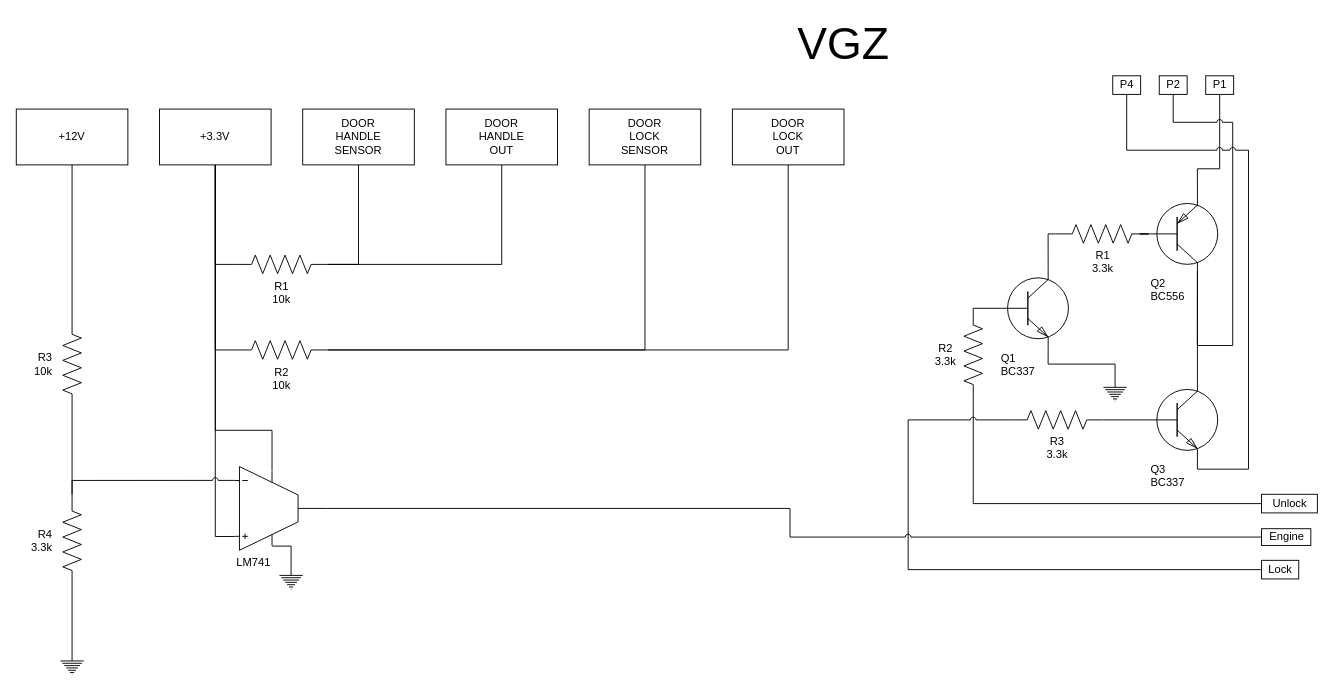
Earlier version of the draw.io diagram page "VGZ" (1 of 2) of golf/VGZ.drawio (manix/draw.io). Source tidied: cells renumbered, new cells numbered last; positions are measured from the earlier drawing's top-left corner, leaving out a move shared by most shapes. Both pictures are drawn from the tidied source at 93%, with x=0, y=0 at pixel (16, 29).
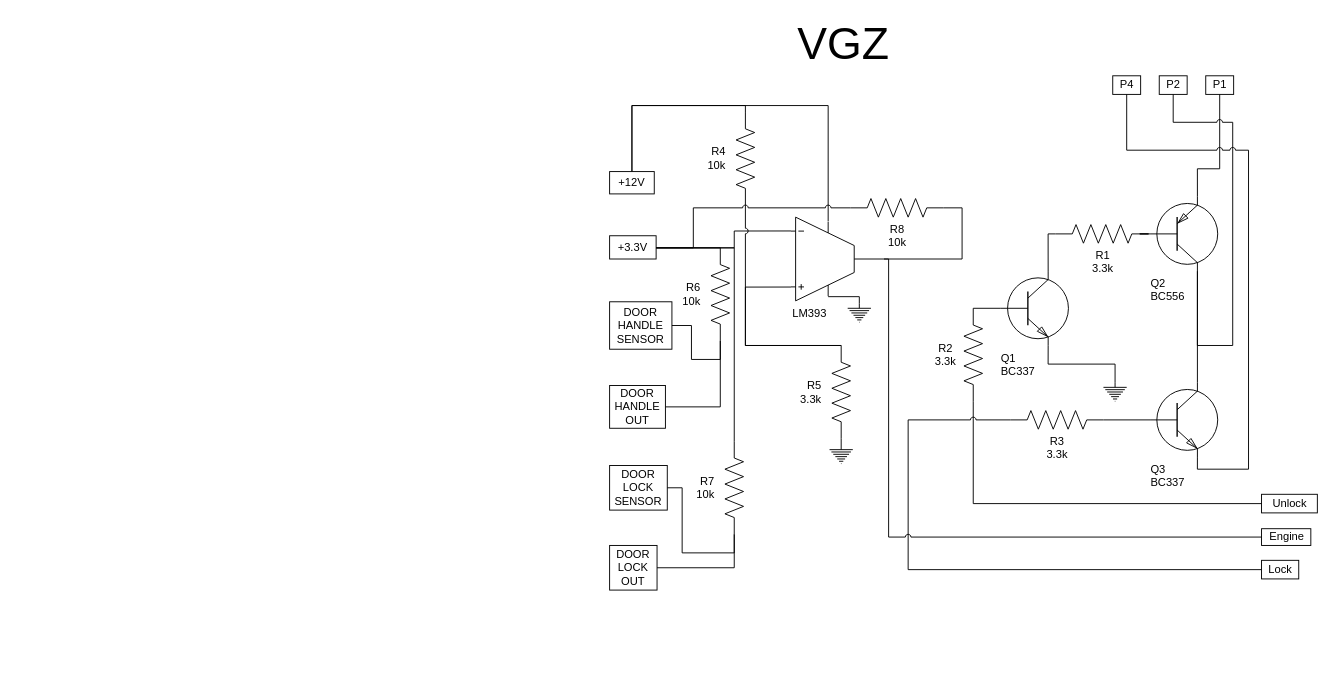
After the change.

Unchanged cells that the change refers to:
```xml
<mxCell id="53" value="Engine" style="text;html=1;align=center;verticalAlign=middle;points=[];strokeColor=#000000;fontColor=#000000;labelBackgroundColor=none;" parent="1" vertex="1">
  <mxGeometry x="1339" y="537" width="53" height="18" as="geometry" />
</mxCell>
```

Change to the diagram source:
```diff
@@
     <mxCell id="26" value="+3.3V" style="rounded=0;whiteSpace=wrap;html=1;strokeColor=#000000;fontColor=#000000;align=center;" parent="1" vertex="1">
-      <mxGeometry x="154" y="85.8" width="120" height="60" as="geometry" />
+      <mxGeometry x="638" y="222" width="50" height="25" as="geometry" />
     </mxCell>
     <mxCell id="27" value="&lt;div&gt;DOOR&lt;/div&gt;&lt;div&gt;HANDLE&lt;/div&gt;&lt;div&gt;SENSOR&lt;br&gt;&lt;/div&gt;" style="rounded=0;whiteSpace=wrap;html=1;strokeColor=#000000;fontColor=#000000;align=center;" parent="1" vertex="1">
-      <mxGeometry x="308" y="85.8" width="120" height="60" as="geometry" />
+      <mxGeometry x="638" y="293" width="67" height="51" as="geometry" />
     </mxCell>
-    <mxCell id="28" style="edgeStyle=orthogonalEdgeStyle;rounded=0;jumpStyle=arc;jettySize=auto;html=1;exitX=0;exitY=0.5;exitDx=0;exitDy=0;exitPerimeter=0;endArrow=none;endFill=0;strokeColor=#000000;fontColor=#000000;" parent="1" edge="1" source="30" target="26">
-      <mxGeometry relative="1" as="geometry" />
-    </mxCell>
-    <mxCell id="29" style="edgeStyle=orthogonalEdgeStyle;rounded=0;jumpStyle=arc;jettySize=auto;html=1;exitX=1;exitY=0.5;exitDx=0;exitDy=0;exitPerimeter=0;endArrow=none;endFill=0;strokeColor=#000000;fontColor=#000000;" parent="1" edge="1" source="30" target="27">
-      <mxGeometry relative="1" as="geometry" />
-    </mxCell>
-    <mxCell id="30" value="&lt;div&gt;R1&lt;/div&gt;&lt;div&gt;10k&lt;br&gt;&lt;/div&gt;" style="verticalLabelPosition=bottom;shadow=0;dashed=0;align=center;html=1;verticalAlign=top;shape=mxgraph.electrical.resistors.resistor_2;strokeColor=#000000;fontColor=#000000;" parent="1" vertex="1">
-      <mxGeometry x="235" y="242.8" width="100" height="20" as="geometry" />
-    </mxCell>
-    <mxCell id="31" style="edgeStyle=orthogonalEdgeStyle;rounded=0;jumpStyle=arc;jettySize=auto;html=1;exitX=0.5;exitY=1;exitDx=0;exitDy=0;entryX=1;entryY=0.5;entryDx=0;entryDy=0;entryPerimeter=0;endArrow=none;endFill=0;strokeColor=#000000;fontColor=#000000;" parent="1" edge="1" source="32" target="30">
-      <mxGeometry relative="1" as="geometry" />
-    </mxCell>
     <mxCell id="32" value="&lt;div&gt;DOOR&lt;/div&gt;&lt;div&gt;HANDLE&lt;/div&gt;&lt;div&gt;OUT&lt;br&gt;&lt;/div&gt;" style="rounded=0;whiteSpace=wrap;html=1;strokeColor=#000000;fontColor=#000000;align=center;" parent="1" vertex="1">
-      <mxGeometry x="462" y="85.8" width="120" height="60" as="geometry" />
+      <mxGeometry x="638" y="383" width="60" height="46" as="geometry" />
     </mxCell>
-    <mxCell id="33" style="edgeStyle=orthogonalEdgeStyle;rounded=0;jumpStyle=arc;jettySize=auto;html=1;exitX=0;exitY=0.5;exitDx=0;exitDy=0;exitPerimeter=0;endArrow=none;endFill=0;strokeColor=#000000;fontColor=#000000;" parent="1" edge="1" source="36" target="26">
-      <mxGeometry relative="1" as="geometry" />
-    </mxCell>
-    <mxCell id="34" style="edgeStyle=orthogonalEdgeStyle;rounded=0;jumpStyle=arc;jettySize=auto;html=1;exitX=1;exitY=0.5;exitDx=0;exitDy=0;exitPerimeter=0;endArrow=none;endFill=0;strokeColor=#000000;fontColor=#000000;" parent="1" edge="1" source="36" target="37">
-      <mxGeometry relative="1" as="geometry" />
-    </mxCell>
-    <mxCell id="35" style="edgeStyle=orthogonalEdgeStyle;rounded=0;jumpStyle=arc;jettySize=auto;html=1;exitX=1;exitY=0.5;exitDx=0;exitDy=0;exitPerimeter=0;endArrow=none;endFill=0;strokeColor=#000000;fontColor=#000000;" parent="1" edge="1" source="36" target="38">
-      <mxGeometry relative="1" as="geometry" />
-    </mxCell>
-    <mxCell id="36" value="&lt;div&gt;R2&lt;/div&gt;&lt;div&gt;10k&lt;br&gt;&lt;/div&gt;" style="verticalLabelPosition=bottom;shadow=0;dashed=0;align=center;html=1;verticalAlign=top;shape=mxgraph.electrical.resistors.resistor_2;strokeColor=#000000;fontColor=#000000;" parent="1" vertex="1">
-      <mxGeometry x="235" y="334.8" width="100" height="20" as="geometry" />
-    </mxCell>
     <mxCell id="37" value="&lt;div&gt;DOOR&lt;/div&gt;&lt;div&gt;LOCK&lt;/div&gt;&lt;div&gt;SENSOR&lt;br&gt;&lt;/div&gt;" style="rounded=0;whiteSpace=wrap;html=1;strokeColor=#000000;fontColor=#000000;align=center;" parent="1" vertex="1">
-      <mxGeometry x="616" y="85.8" width="120" height="60" as="geometry" />
+      <mxGeometry x="638" y="469" width="62" height="48" as="geometry" />
     </mxCell>
     <mxCell id="38" value="&lt;div&gt;DOOR&lt;/div&gt;&lt;div&gt;LOCK&lt;/div&gt;&lt;div&gt;OUT&lt;br&gt;&lt;/div&gt;" style="rounded=0;whiteSpace=wrap;html=1;strokeColor=#000000;fontColor=#000000;align=center;" parent="1" vertex="1">
-      <mxGeometry x="770" y="85.8" width="120" height="60" as="geometry" />
+      <mxGeometry x="638" y="555" width="51" height="48" as="geometry" />
     </mxCell>
-    <mxCell id="39" style="edgeStyle=orthogonalEdgeStyle;rounded=0;jumpStyle=arc;jettySize=auto;html=1;exitX=0.4;exitY=0.05;exitDx=0;exitDy=0;exitPerimeter=0;endArrow=none;endFill=0;strokeColor=#000000;fontColor=#000000;" parent="1" edge="1" source="44" target="26">
+    <mxCell id="39" style="edgeStyle=orthogonalEdgeStyle;rounded=0;jumpStyle=arc;jettySize=auto;html=1;exitX=0.4;exitY=0.05;exitDx=0;exitDy=0;exitPerimeter=0;endArrow=none;endFill=0;strokeColor=#000000;fontColor=#000000;" parent="1" edge="1" source="44" target="45">
       <mxGeometry relative="1" as="geometry">
         <Array as="points">
-          <mxPoint x="275" y="431.2" />
-          <mxPoint x="214" y="431.2" />
+          <mxPoint x="873" y="82" />
+          <mxPoint x="662" y="82" />
         </Array>
       </mxGeometry>
     </mxCell>
-    <mxCell id="40" style="edgeStyle=orthogonalEdgeStyle;rounded=0;jumpStyle=arc;jettySize=auto;html=1;endArrow=none;endFill=0;strokeColor=#000000;fontColor=#000000;exitX=0;exitY=0.835;exitDx=0;exitDy=0;exitPerimeter=0;" parent="1" edge="1" source="44" target="26">
-      <mxGeometry relative="1" as="geometry" />
+    <mxCell id="40" style="edgeStyle=orthogonalEdgeStyle;rounded=0;jumpStyle=arc;jettySize=auto;html=1;endArrow=none;endFill=0;strokeColor=#000000;fontColor=#000000;exitX=0;exitY=0.165;exitDx=0;exitDy=0;exitPerimeter=0;" parent="1" edge="1" source="44" target="26">
+      <mxGeometry relative="1" as="geometry">
+        <Array as="points">
+          <mxPoint x="772" y="217" />
+          <mxPoint x="772" y="235" />
+        </Array>
+      </mxGeometry>
     </mxCell>
-    <mxCell id="41" style="edgeStyle=orthogonalEdgeStyle;rounded=0;jumpStyle=arc;jettySize=auto;html=1;exitX=0;exitY=0.165;exitDx=0;exitDy=0;exitPerimeter=0;entryX=0;entryY=0.5;entryDx=0;entryDy=0;entryPerimeter=0;endArrow=none;endFill=0;strokeColor=#000000;fontColor=#000000;" parent="1" edge="1" source="44" target="50">
+    <mxCell id="41" style="edgeStyle=orthogonalEdgeStyle;rounded=0;jumpStyle=arc;jettySize=auto;html=1;exitX=0;exitY=0.835;exitDx=0;exitDy=0;exitPerimeter=0;entryX=0;entryY=0.5;entryDx=0;entryDy=0;entryPerimeter=0;endArrow=none;endFill=0;strokeColor=#000000;fontColor=#000000;" parent="1" edge="1" source="44" target="50">
       <mxGeometry relative="1" as="geometry">
         <Array as="points">
-          <mxPoint x="60" y="485" />
+          <mxPoint x="784" y="277" />
+          <mxPoint x="784" y="340" />
         </Array>
       </mxGeometry>
     </mxCell>
@@
-    <mxCell id="43" style="edgeStyle=orthogonalEdgeStyle;rounded=0;jumpStyle=arc;jettySize=auto;html=1;exitX=1;exitY=0.5;exitDx=0;exitDy=0;exitPerimeter=0;endArrow=none;endFill=0;strokeColor=#000000;fontColor=#000000;" parent="1" edge="1" source="44" target="53">
+    <mxCell id="43" style="edgeStyle=orthogonalEdgeStyle;rounded=0;jumpStyle=arc;jettySize=auto;html=1;exitX=1;exitY=0.5;exitDx=0;exitDy=0;exitPerimeter=0;endArrow=none;endFill=0;" parent="1" edge="1" source="44" target="53">
       <mxGeometry relative="1" as="geometry">
         <Array as="points">
-          <mxPoint x="832" y="515" />
-          <mxPoint x="832" y="546" />
+          <mxPoint x="938" y="247" />
+          <mxPoint x="938" y="546" />
         </Array>
       </mxGeometry>
     </mxCell>
-    <mxCell id="44" value="&lt;div align=&quot;left&quot;&gt;LM741&lt;/div&gt;" style="verticalLabelPosition=bottom;shadow=0;dashed=0;align=left;html=1;verticalAlign=top;shape=mxgraph.electrical.abstract.ota_1;strokeColor=#000000;fontColor=#000000;" parent="1" vertex="1">
-      <mxGeometry x="235" y="470.2" width="100" height="90" as="geometry" />
+    <mxCell id="44" value="&lt;div&gt;LM393&lt;/div&gt;" style="verticalLabelPosition=bottom;shadow=0;dashed=0;align=left;html=1;verticalAlign=top;shape=mxgraph.electrical.abstract.ota_1;strokeColor=#000000;fontColor=#000000;" parent="1" vertex="1">
+      <mxGeometry x="833" y="202" width="100" height="90" as="geometry" />
     </mxCell>
     <mxCell id="45" value="+12V" style="rounded=0;whiteSpace=wrap;html=1;strokeColor=#000000;fontColor=#000000;align=center;" parent="1" vertex="1">
-      <mxGeometry y="85.8" width="120" height="60" as="geometry" />
+      <mxGeometry x="638" y="153" width="48" height="24" as="geometry" />
     </mxCell>
     <mxCell id="46" style="edgeStyle=orthogonalEdgeStyle;rounded=0;jumpStyle=arc;jettySize=auto;html=1;exitX=0;exitY=0.5;exitDx=0;exitDy=0;exitPerimeter=0;endArrow=none;endFill=0;strokeColor=#000000;fontColor=#000000;" parent="1" edge="1" source="47" target="45">
-      <mxGeometry relative="1" as="geometry" />
+      <mxGeometry relative="1" as="geometry">
+        <Array as="points">
+          <mxPoint x="784" y="82" />
+        </Array>
+      </mxGeometry>
     </mxCell>
-    <mxCell id="47" value="&lt;div&gt;R3&lt;/div&gt;&lt;div&gt;10k&lt;br&gt;&lt;/div&gt;" style="verticalLabelPosition=middle;shadow=0;dashed=0;align=right;html=1;verticalAlign=middle;shape=mxgraph.electrical.resistors.resistor_2;strokeColor=#000000;fontColor=#000000;direction=south;labelPosition=left;spacingRight=10;" parent="1" vertex="1">
-      <mxGeometry x="50" y="310" width="20" height="100" as="geometry" />
+    <mxCell id="47" value="&lt;div&gt;R4&lt;/div&gt;&lt;div&gt;10k&lt;br&gt;&lt;/div&gt;" style="verticalLabelPosition=middle;shadow=0;dashed=0;align=right;html=1;verticalAlign=middle;shape=mxgraph.electrical.resistors.resistor_2;strokeColor=#000000;fontColor=#000000;direction=south;labelPosition=left;spacingRight=10;" parent="1" vertex="1">
+      <mxGeometry x="774" y="89" width="20" height="100" as="geometry" />
     </mxCell>
     <mxCell id="48" style="edgeStyle=orthogonalEdgeStyle;rounded=0;jumpStyle=arc;jettySize=auto;html=1;exitX=0;exitY=0.5;exitDx=0;exitDy=0;exitPerimeter=0;entryX=1;entryY=0.5;entryDx=0;entryDy=0;entryPerimeter=0;endArrow=none;endFill=0;strokeColor=#000000;fontColor=#000000;" parent="1" edge="1" source="50" target="47">
-      <mxGeometry relative="1" as="geometry" />
+      <mxGeometry relative="1" as="geometry">
+        <Array as="points">
+          <mxPoint x="784" y="340" />
+        </Array>
+      </mxGeometry>
     </mxCell>
@@
-    <mxCell id="50" value="&lt;div&gt;R4&lt;/div&gt;&lt;div&gt;3.3k&lt;br&gt;&lt;/div&gt;" style="verticalLabelPosition=middle;shadow=0;dashed=0;align=right;html=1;verticalAlign=middle;shape=mxgraph.electrical.resistors.resistor_2;strokeColor=#000000;fontColor=#000000;direction=south;labelPosition=left;spacingRight=10;" parent="1" vertex="1">
-      <mxGeometry x="50" y="500" width="20" height="100" as="geometry" />
+    <mxCell id="50" value="&lt;div&gt;R5&lt;/div&gt;&lt;div&gt;3.3k&lt;br&gt;&lt;/div&gt;" style="verticalLabelPosition=middle;shadow=0;dashed=0;align=right;html=1;verticalAlign=middle;shape=mxgraph.electrical.resistors.resistor_2;strokeColor=#000000;fontColor=#000000;direction=south;labelPosition=left;spacingRight=10;" parent="1" vertex="1">
+      <mxGeometry x="877" y="340" width="20" height="100" as="geometry" />
     </mxCell>
     <mxCell id="51" style="verticalLabelPosition=bottom;shadow=0;dashed=0;align=center;html=1;verticalAlign=top;shape=mxgraph.electrical.signal_sources.protective_earth;strokeColor=#000000;fontColor=#000000;labelBackgroundColor=none;" parent="1" vertex="1">
-      <mxGeometry x="47.5" y="674.2" width="25" height="20" as="geometry" />
+      <mxGeometry x="874.5" y="447" width="25" height="20" as="geometry" />
     </mxCell>
     <mxCell id="52" style="verticalLabelPosition=bottom;shadow=0;dashed=0;align=center;html=1;verticalAlign=top;shape=mxgraph.electrical.signal_sources.protective_earth;strokeColor=#000000;fontColor=#000000;labelBackgroundColor=none;" parent="1" vertex="1">
-      <mxGeometry x="283" y="582.2" width="25" height="20" as="geometry" />
+      <mxGeometry x="894" y="295" width="25" height="20" as="geometry" />
     </mxCell>
@@
+    <mxCell id="54" style="edgeStyle=orthogonalEdgeStyle;rounded=0;jettySize=auto;html=1;exitX=0;exitY=0.5;exitDx=0;exitDy=0;exitPerimeter=0;endArrow=none;endFill=0;jumpStyle=arc;" parent="1" edge="1" source="56" target="26">
+      <mxGeometry relative="1" as="geometry">
+        <Array as="points">
+          <mxPoint x="728" y="192" />
+          <mxPoint x="728" y="235" />
+        </Array>
+      </mxGeometry>
+    </mxCell>
+    <mxCell id="55" style="edgeStyle=orthogonalEdgeStyle;rounded=0;jumpStyle=arc;jettySize=auto;html=1;exitX=1;exitY=0.5;exitDx=0;exitDy=0;exitPerimeter=0;entryX=1;entryY=0.5;entryDx=0;entryDy=0;entryPerimeter=0;endArrow=none;endFill=0;" parent="1" edge="1" source="56" target="44">
+      <mxGeometry relative="1" as="geometry" />
+    </mxCell>
+    <mxCell id="56" value="&lt;div&gt;R8&lt;/div&gt;&lt;div&gt;10k&lt;br&gt;&lt;/div&gt;" style="verticalLabelPosition=bottom;shadow=0;dashed=0;align=center;html=1;verticalAlign=top;shape=mxgraph.electrical.resistors.resistor_2;strokeColor=#000000;fontColor=#000000;" parent="1" vertex="1">
+      <mxGeometry x="897" y="182" width="100" height="20" as="geometry" />
+    </mxCell>
+    <mxCell id="57" style="edgeStyle=orthogonalEdgeStyle;rounded=0;jumpStyle=arc;jettySize=auto;html=1;exitX=0;exitY=0.5;exitDx=0;exitDy=0;exitPerimeter=0;endArrow=none;endFill=0;" parent="1" edge="1" source="60" target="26">
+      <mxGeometry relative="1" as="geometry">
+        <Array as="points">
+          <mxPoint x="740" y="235" />
+          <mxPoint x="740" y="235" />
+        </Array>
+      </mxGeometry>
+    </mxCell>
+    <mxCell id="58" style="edgeStyle=orthogonalEdgeStyle;rounded=0;jumpStyle=arc;jettySize=auto;html=1;exitX=1;exitY=0.5;exitDx=0;exitDy=0;exitPerimeter=0;endArrow=none;endFill=0;" parent="1" edge="1" source="60" target="27">
+      <mxGeometry relative="1" as="geometry" />
+    </mxCell>
+    <mxCell id="59" style="edgeStyle=orthogonalEdgeStyle;rounded=0;jumpStyle=arc;jettySize=auto;html=1;exitX=1;exitY=0.5;exitDx=0;exitDy=0;exitPerimeter=0;endArrow=none;endFill=0;" parent="1" edge="1" source="60" target="32">
+      <mxGeometry relative="1" as="geometry">
+        <Array as="points">
+          <mxPoint x="757" y="406" />
+        </Array>
+      </mxGeometry>
+    </mxCell>
+    <mxCell id="60" value="&lt;div&gt;R6&lt;/div&gt;&lt;div&gt;10k&lt;br&gt;&lt;/div&gt;" style="verticalLabelPosition=middle;shadow=0;dashed=0;align=right;html=1;verticalAlign=middle;shape=mxgraph.electrical.resistors.resistor_2;strokeColor=#000000;fontColor=#000000;direction=south;labelPosition=left;spacingRight=10;" parent="1" vertex="1">
+      <mxGeometry x="747" y="235" width="20" height="100" as="geometry" />
+    </mxCell>
+    <mxCell id="61" style="edgeStyle=orthogonalEdgeStyle;rounded=0;jumpStyle=arc;jettySize=auto;html=1;exitX=0;exitY=0.5;exitDx=0;exitDy=0;exitPerimeter=0;endArrow=none;endFill=0;" parent="1" edge="1" source="64" target="26">
+      <mxGeometry relative="1" as="geometry">
+        <Array as="points">
+          <mxPoint x="772" y="443" />
+          <mxPoint x="772" y="235" />
+        </Array>
+      </mxGeometry>
+    </mxCell>
+    <mxCell id="62" style="edgeStyle=orthogonalEdgeStyle;rounded=0;jumpStyle=arc;jettySize=auto;html=1;exitX=1;exitY=0.5;exitDx=0;exitDy=0;exitPerimeter=0;endArrow=none;endFill=0;" parent="1" edge="1" source="64" target="38">
+      <mxGeometry relative="1" as="geometry">
+        <Array as="points">
+          <mxPoint x="772" y="579" />
+        </Array>
+      </mxGeometry>
+    </mxCell>
+    <mxCell id="63" style="edgeStyle=orthogonalEdgeStyle;rounded=0;jumpStyle=arc;jettySize=auto;html=1;exitX=1;exitY=0.5;exitDx=0;exitDy=0;exitPerimeter=0;endArrow=none;endFill=0;" parent="1" edge="1" source="64" target="37">
+      <mxGeometry relative="1" as="geometry">
+        <Array as="points">
+          <mxPoint x="772" y="563" />
+          <mxPoint x="716" y="563" />
+          <mxPoint x="716" y="493" />
+        </Array>
+      </mxGeometry>
+    </mxCell>
+    <mxCell id="64" value="&lt;div&gt;R7&lt;/div&gt;&lt;div&gt;10k&lt;br&gt;&lt;/div&gt;" style="verticalLabelPosition=middle;shadow=0;dashed=0;align=right;html=1;verticalAlign=middle;shape=mxgraph.electrical.resistors.resistor_2;strokeColor=#000000;fontColor=#000000;direction=south;labelPosition=left;spacingRight=10;" parent="1" vertex="1">
+      <mxGeometry x="762" y="443" width="20" height="100" as="geometry" />
+    </mxCell>
```
